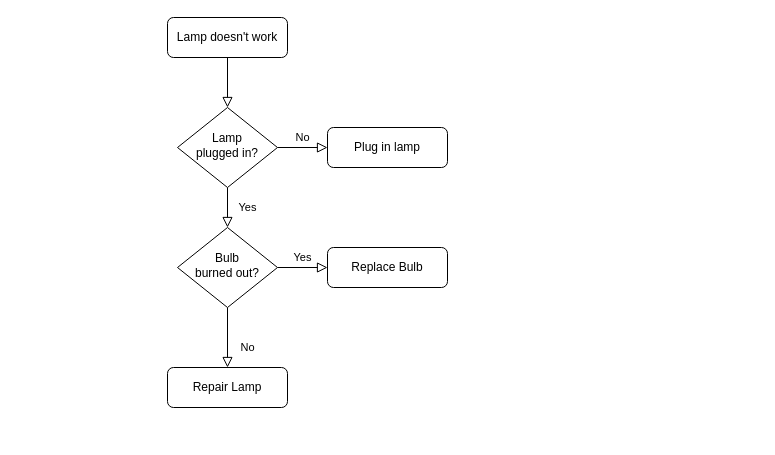
Earlier version of the draw.io diagram docs/Diagrama sem nome.drawio (sigespweb22/boxapp-api). Source tidied: cells renumbered, new cells numbered last; positions are measured from the earlier drawing's top-left corner, leaving out a move shared by most shapes. Both pictures are drawn from the tidied source at 100%, with x=0, y=0 at pixel (167, 17).
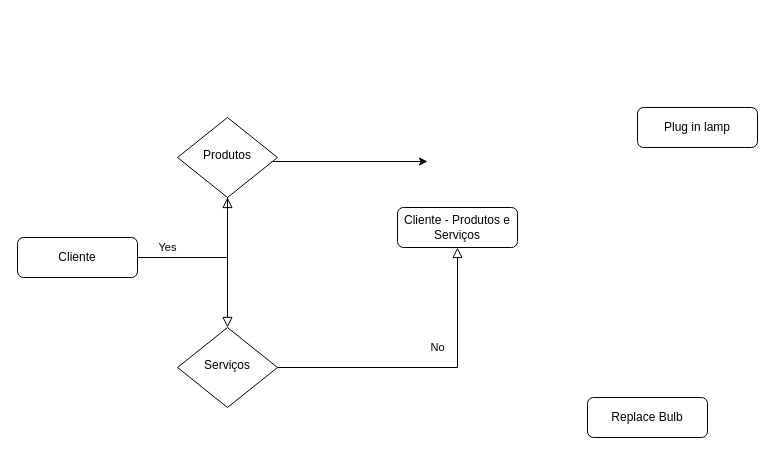
The same page after the edit.

Diff of the diagram source:
```diff
@@
 <mxGraphModel>
   <root>
     <mxCell id="0" />
     <mxCell id="1" parent="0" />
     <mxCell id="2" style="rounded=0;html=1;jettySize=auto;fontSize=11;endArrow=block;endFill=0;endSize=8;strokeWidth=1;shadow=0;labelBackgroundColor=none;edgeStyle=orthogonalEdgeStyle;" parent="1" edge="1" source="3" target="6">
       <mxGeometry relative="1" as="geometry" />
     </mxCell>
-    <mxCell id="3" value="Lamp doesn't work" style="rounded=1;whiteSpace=wrap;html=1;fontSize=12;glass=0;strokeWidth=1;shadow=0;" parent="1" vertex="1">
-      <mxGeometry width="120" height="40" as="geometry" />
+    <mxCell id="3" value="Cliente" style="rounded=1;whiteSpace=wrap;html=1;fontSize=12;glass=0;strokeWidth=1;shadow=0;" parent="1" vertex="1">
+      <mxGeometry x="-150" y="220" width="120" height="40" as="geometry" />
     </mxCell>
     <mxCell id="4" value="Yes" style="rounded=0;html=1;jettySize=auto;fontSize=11;endArrow=block;endFill=0;endSize=8;strokeWidth=1;shadow=0;labelBackgroundColor=none;edgeStyle=orthogonalEdgeStyle;" parent="1" edge="1" source="6" target="10">
-      <mxGeometry y="20" relative="1" as="geometry" />
+      <mxGeometry x="-0.23" y="-60" relative="1" as="geometry" />
     </mxCell>
-    <mxCell id="5" value="No" style="edgeStyle=orthogonalEdgeStyle;rounded=0;html=1;jettySize=auto;fontSize=11;endArrow=block;endFill=0;endSize=8;strokeWidth=1;shadow=0;labelBackgroundColor=none;" parent="1" edge="1" source="6" target="7">
-      <mxGeometry y="10" relative="1" as="geometry" />
-    </mxCell>
-    <mxCell id="6" value="Lamp&lt;br&gt;plugged in?" style="rhombus;whiteSpace=wrap;html=1;shadow=0;fontFamily=Helvetica;fontSize=12;align=center;strokeWidth=1;spacing=6;spacingTop=-4;" parent="1" vertex="1">
-      <mxGeometry x="10" y="90" width="100" height="80" as="geometry" />
+    <mxCell id="6" value="Produtos" style="rhombus;whiteSpace=wrap;html=1;shadow=0;fontFamily=Helvetica;fontSize=12;align=center;strokeWidth=1;spacing=6;spacingTop=-4;" parent="1" vertex="1">
+      <mxGeometry x="10" y="100" width="100" height="80" as="geometry" />
     </mxCell>
     <mxCell id="7" value="Plug in lamp" style="rounded=1;whiteSpace=wrap;html=1;fontSize=12;glass=0;strokeWidth=1;shadow=0;" parent="1" vertex="1">
-      <mxGeometry x="160" y="110" width="120" height="40" as="geometry" />
+      <mxGeometry x="470" y="90" width="120" height="40" as="geometry" />
     </mxCell>
     <mxCell id="8" value="No" style="rounded=0;html=1;jettySize=auto;fontSize=11;endArrow=block;endFill=0;endSize=8;strokeWidth=1;shadow=0;labelBackgroundColor=none;edgeStyle=orthogonalEdgeStyle;" parent="1" edge="1" source="10" target="11">
       <mxGeometry x="0.33" y="20" relative="1" as="geometry" />
     </mxCell>
-    <mxCell id="9" value="Yes" style="edgeStyle=orthogonalEdgeStyle;rounded=0;html=1;jettySize=auto;fontSize=11;endArrow=block;endFill=0;endSize=8;strokeWidth=1;shadow=0;labelBackgroundColor=none;" parent="1" edge="1" source="10" target="12">
-      <mxGeometry y="10" relative="1" as="geometry" />
-    </mxCell>
-    <mxCell id="10" value="Bulb&lt;br&gt;burned out?" style="rhombus;whiteSpace=wrap;html=1;shadow=0;fontFamily=Helvetica;fontSize=12;align=center;strokeWidth=1;spacing=6;spacingTop=-4;" parent="1" vertex="1">
-      <mxGeometry x="10" y="210" width="100" height="80" as="geometry" />
+    <mxCell id="10" value="Serviços" style="rhombus;whiteSpace=wrap;html=1;shadow=0;fontFamily=Helvetica;fontSize=12;align=center;strokeWidth=1;spacing=6;spacingTop=-4;" parent="1" vertex="1">
+      <mxGeometry x="10" y="310" width="100" height="80" as="geometry" />
     </mxCell>
-    <mxCell id="11" value="Repair Lamp" style="rounded=1;whiteSpace=wrap;html=1;fontSize=12;glass=0;strokeWidth=1;shadow=0;" parent="1" vertex="1">
-      <mxGeometry y="350" width="120" height="40" as="geometry" />
+    <mxCell id="11" value="Cliente - Produtos e Serviços" style="rounded=1;whiteSpace=wrap;html=1;fontSize=12;glass=0;strokeWidth=1;shadow=0;" parent="1" vertex="1">
+      <mxGeometry x="230" y="190" width="120" height="40" as="geometry" />
     </mxCell>
     <mxCell id="12" value="Replace Bulb" style="rounded=1;whiteSpace=wrap;html=1;fontSize=12;glass=0;strokeWidth=1;shadow=0;" parent="1" vertex="1">
-      <mxGeometry x="160" y="230" width="120" height="40" as="geometry" />
+      <mxGeometry x="420" y="380" width="120" height="40" as="geometry" />
     </mxCell>
+    <mxCell id="13" style="endArrow=classic;html=1;rounded=0;exitX=0.94;exitY=0.55;exitDx=0;exitDy=0;exitPerimeter=0;" parent="1" edge="1" source="6">
+      <mxGeometry relative="1" as="geometry">
+        <mxPoint x="260" y="144" as="targetPoint" />
+      </mxGeometry>
+    </mxCell>
   </root>
 </mxGraphModel>
```
